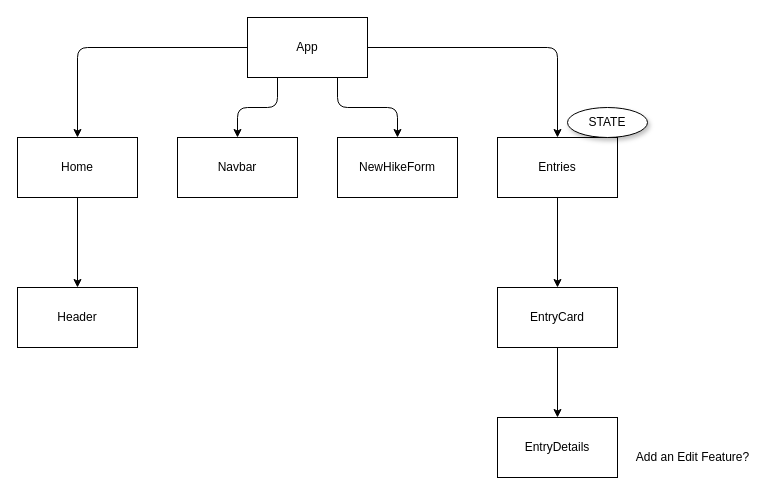
The draw.io diagram Hierarchy.drawio in Stelluuh/Phase-2-Project-VentureLog, before the edit. Source tidied: cells renumbered, new cells numbered last; positions are measured from the earlier drawing's top-left corner, leaving out a move shared by most shapes. Both pictures are drawn from the tidied source at 100%, with x=0, y=0 at pixel (17, 17).
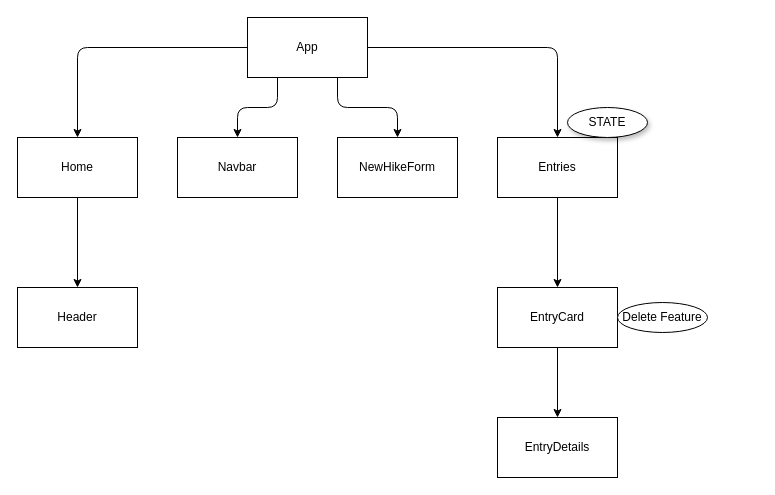
The same page after the edit.

Commit message (it also covers changes not shown here):
delete unnecessary files and updated Hierarchy to show delete feature

The edit, as a diff of the source:
```diff
@@
 <mxGraphModel>
   <root>
     <mxCell id="0" />
     <mxCell id="1" parent="0" />
     <mxCell id="2" style="edgeStyle=orthogonalEdgeStyle;html=1;exitX=0.25;exitY=1;exitDx=0;exitDy=0;" parent="1" edge="1" source="6" target="9">
       <mxGeometry relative="1" as="geometry" />
     </mxCell>
     <mxCell id="3" style="edgeStyle=orthogonalEdgeStyle;html=1;exitX=0.75;exitY=1;exitDx=0;exitDy=0;entryX=0.5;entryY=0;entryDx=0;entryDy=0;" parent="1" edge="1" source="6" target="10">
       <mxGeometry relative="1" as="geometry" />
     </mxCell>
     <mxCell id="4" style="edgeStyle=orthogonalEdgeStyle;html=1;entryX=0.5;entryY=0;entryDx=0;entryDy=0;" parent="1" edge="1" source="6" target="12">
       <mxGeometry relative="1" as="geometry" />
     </mxCell>
     <mxCell id="5" style="edgeStyle=orthogonalEdgeStyle;html=1;exitX=0;exitY=0.5;exitDx=0;exitDy=0;entryX=0.5;entryY=0;entryDx=0;entryDy=0;" parent="1" edge="1" source="6" target="8">
       <mxGeometry relative="1" as="geometry" />
     </mxCell>
     <mxCell id="6" value="App" style="whiteSpace=wrap;html=1;" parent="1" vertex="1">
       <mxGeometry x="230" width="120" height="60" as="geometry" />
     </mxCell>
     <mxCell id="7" style="edgeStyle=none;html=1;" parent="1" edge="1" source="8" target="18">
       <mxGeometry relative="1" as="geometry" />
     </mxCell>
     <mxCell id="8" value="Home" style="whiteSpace=wrap;html=1;" parent="1" vertex="1">
       <mxGeometry y="120" width="120" height="60" as="geometry" />
     </mxCell>
     <mxCell id="9" value="Navbar" style="whiteSpace=wrap;html=1;" parent="1" vertex="1">
       <mxGeometry x="160" y="120" width="120" height="60" as="geometry" />
     </mxCell>
     <mxCell id="10" value="NewHikeForm" style="whiteSpace=wrap;html=1;" parent="1" vertex="1">
       <mxGeometry x="320" y="120" width="120" height="60" as="geometry" />
     </mxCell>
     <mxCell id="11" style="edgeStyle=orthogonalEdgeStyle;html=1;" parent="1" edge="1" source="12" target="14">
       <mxGeometry relative="1" as="geometry" />
     </mxCell>
     <mxCell id="12" value="Entries" style="whiteSpace=wrap;html=1;" parent="1" vertex="1">
       <mxGeometry x="480" y="120" width="120" height="60" as="geometry" />
     </mxCell>
     <mxCell id="13" style="edgeStyle=none;html=1;entryX=0.5;entryY=0;entryDx=0;entryDy=0;" parent="1" edge="1" source="14" target="15">
       <mxGeometry relative="1" as="geometry" />
     </mxCell>
     <mxCell id="14" value="EntryCard" style="whiteSpace=wrap;html=1;" parent="1" vertex="1">
       <mxGeometry x="480" y="270" width="120" height="60" as="geometry" />
     </mxCell>
     <mxCell id="15" value="EntryDetails" style="whiteSpace=wrap;html=1;" parent="1" vertex="1">
       <mxGeometry x="480" y="400" width="120" height="60" as="geometry" />
     </mxCell>
     <mxCell id="16" value="STATE" style="ellipse;whiteSpace=wrap;html=1;shadow=1;" parent="1" vertex="1">
       <mxGeometry x="550" y="90" width="80" height="30" as="geometry" />
     </mxCell>
-    <mxCell id="17" value="Add an Edit Feature?" style="text;html=1;align=center;verticalAlign=middle;strokeColor=none;fillColor=none;" parent="1" vertex="1">
-      <mxGeometry x="610" y="430" width="130" height="20" as="geometry" />
-    </mxCell>
     <mxCell id="18" value="Header" style="whiteSpace=wrap;html=1;" parent="1" vertex="1">
       <mxGeometry y="270" width="120" height="60" as="geometry" />
     </mxCell>
+    <mxCell id="19" value="Delete Feature" style="ellipse;whiteSpace=wrap;html=1;" parent="1" vertex="1">
+      <mxGeometry x="600" y="285" width="90" height="30" as="geometry" />
+    </mxCell>
   </root>
 </mxGraphModel>
```
